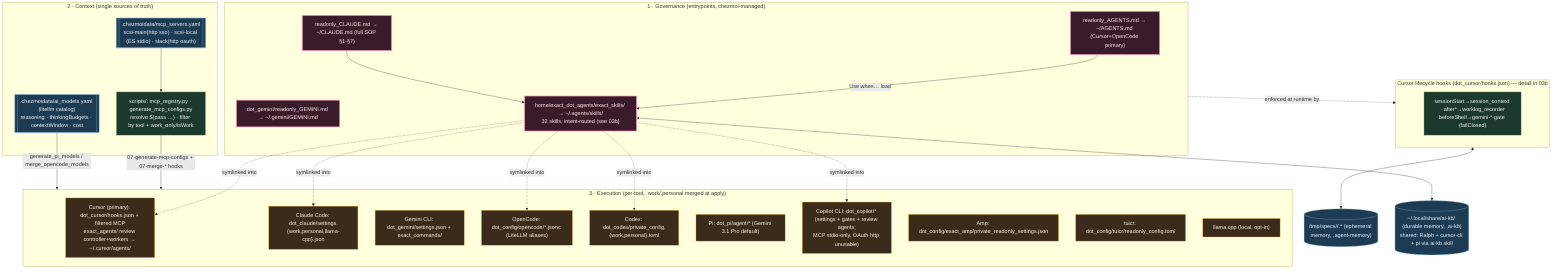
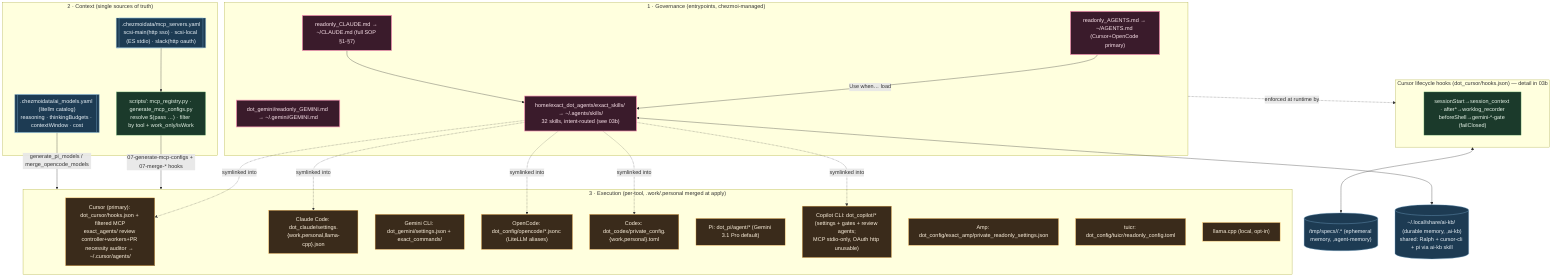
%% ============================================================================
%% 03-agentic-os.mmd — Agentic OS: governance + context + execution layers.
%% Entry SOPs + MCP/model registries + per-tool config generation.
%% Skills/hooks file-level detail → 03b. Per-tool config files → 12.
%% ============================================================================
flowchart TB
    classDef gov fill:#3a1b2b,stroke:#f48fb1,color:#fce4ec,stroke-width:2px;
    classDef ctx fill:#1b3a2b,stroke:#81c784,color:#e8f5e9;
    classDef exec fill:#3a2b1b,stroke:#ffb74d,color:#fff3e0;
    classDef data fill:#1d3b53,stroke:#7fb3d5,color:#eaf2f8;

    subgraph GOV["1 · Governance (entrypoints, chezmoi-managed)"]
        AG["readonly_AGENTS.md → ~/AGENTS.md (Cursor+OpenCode primary)"]:::gov
        CL["readonly_CLAUDE.md → ~/CLAUDE.md (full SOP §1-§7)"]:::gov
        GM["dot_gemini/readonly_GEMINI.md → ~/.gemini/GEMINI.md"]:::gov
        SK["home/exact_dot_agents/exact_skills/ → ~/.agents/skills/<br/>32 skills, intent-routed (see 03b)"]:::gov
        AG -->|Use when… load| SK
        CL --> SK
    end

    subgraph CTX["2 · Context (single sources of truth)"]
        REG[[".chezmoidata/mcp_servers.yaml<br/>scsi-main(http sso) · scsi-local (ES stdio) · slack(http oauth)"]]:::data
        MODELS[[".chezmoidata/ai_models.yaml (litellm catalog)<br/>reasoning · thinkingBudgets · contextWindow · cost"]]:::data
        GEN["scripts/: mcp_registry.py · generate_mcp_configs.py<br/>resolve $(pass …) · filter by tool + work_only/isWork"]:::ctx
        REG --> GEN
    end

    subgraph EXECL["3 · Execution (per-tool, .work/.personal merged at apply)"]
-         CURSOR["Cursor (primary): dot_cursor/hooks.json + filtered MCP<br/>exact_agents/ review controller+workers → ~/.cursor/agents/"]:::exec
+         CURSOR["Cursor (primary): dot_cursor/hooks.json + filtered MCP<br/>exact_agents/ review controller+workers+PR necessity auditor → ~/.cursor/agents/"]:::exec
        CLAUDE["Claude Code: dot_claude/settings.{work,personal,llama-cpp}.json"]:::exec
        GEMINI["Gemini CLI: dot_gemini/settings.json + exact_commands/"]:::exec
        OPENCODE["OpenCode: dot_config/opencode/*.jsonc (LiteLLM aliases)"]:::exec
        CODEX["Codex: dot_codex/private_config.{work,personal}.toml"]:::exec
        PI["Pi: dot_pi/agent/* (Gemini 3.1 Pro default)"]:::exec
        COPILOT["Copilot CLI: dot_copilot/* (settings + gates + review agents;<br/>MCP stdio-only, OAuth http unusable)"]:::exec
        AMP["Amp: dot_config/exact_amp/private_readonly_settings.json"]:::exec
        TUICR["tuicr: dot_config/tuicr/readonly_config.toml"]:::exec
        LOCAL["llama.cpp (local, opt-in)"]:::exec
    end

    GEN -->|07-generate-mcp-configs + 07-merge-* hooks| EXECL
    MODELS -->|generate_pi_models / merge_opencode_models| EXECL
    SK -. symlinked into .-> CURSOR & CLAUDE & OPENCODE & CODEX & COPILOT

    subgraph HOOKS["Cursor lifecycle hooks (dot_cursor/hooks.json) — detail in 03b"]
        H["sessionStart→session_context · after*→worklog_recorder<br/>beforeShell→gemini-*-gate (failClosed)"]:::ctx
    end
    GOV -.enforced at runtime by.-> HOOKS
    MEM[("/tmp/specs/<pwd>/<topic>.* (ephemeral memory, ,agent-memory)")]:::data
    HOOKS <--> MEM
    KBDB[("~/.local/share/ai-kb/ (durable memory, ,ai-kb)<br/>shared: Ralph + cursor-cli + pi via ai-kb skill")]:::data
    SK <--> KBDB
